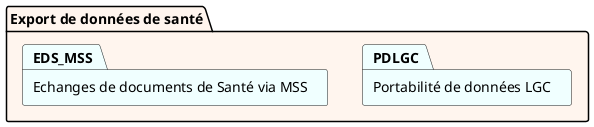
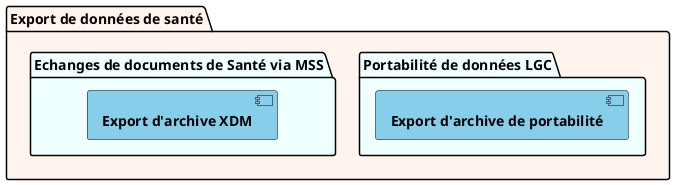
@startuml DiagrammePaquetage

hide stereotype

skinparam component {
  BorderColor black
  BackgroundColor #SkyBlue
  FontStyle bold
}

package "Export de données de santé" #Seashell   {
-         package "Portabilité de données LGC" as PDLGC [[specifications.html]] #Azure
-         package "Echanges de documents de Santé via MSS" as EDS_MSS [[https://esante.gouv.fr/volet-echange-de-documents-de-sante]] #Azure
+         package "Portabilité de données LGC" #Azure {
+           component "Export d'archive de portabilité" [[specification.html{Voir les spécifications}]]
+         }
+         package "Echanges de documents de Santé via MSS" #Azure {
+           component "Export d'archive XDM" [[https://esante.gouv.fr/volet-echange-de-documents-de-sante{Voir les spécifications}]]
+         }
}

@enduml